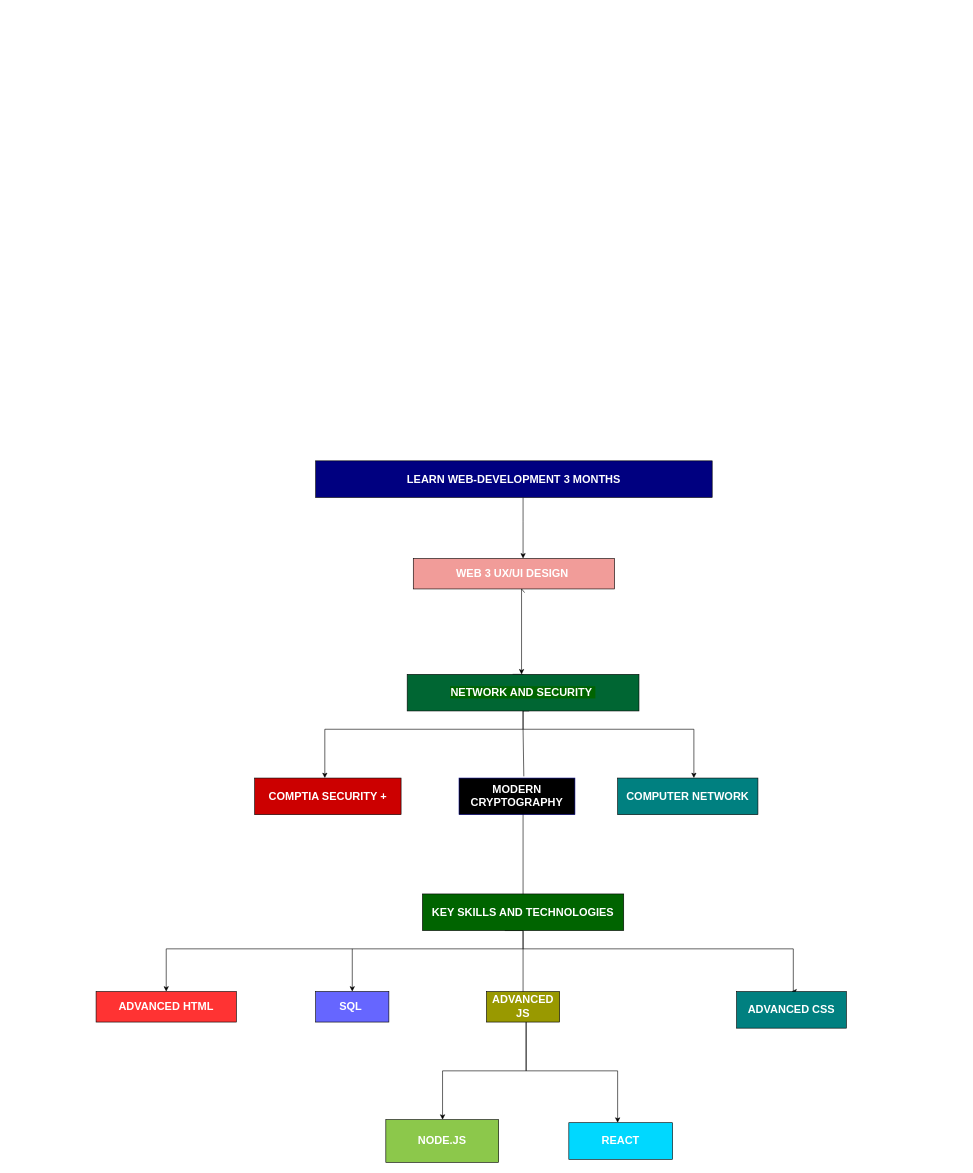
Above: Career_Road_2023.drawio in chapman91/Career-Portfolio (draw.io), before the change. Source tidied: cells renumbered, new cells numbered last; positions are measured from the earlier drawing's top-left corner, leaving out a move shared by most shapes. Both pictures are drawn from the tidied source at 61%, with x=0, y=0 at pixel (96, 461).
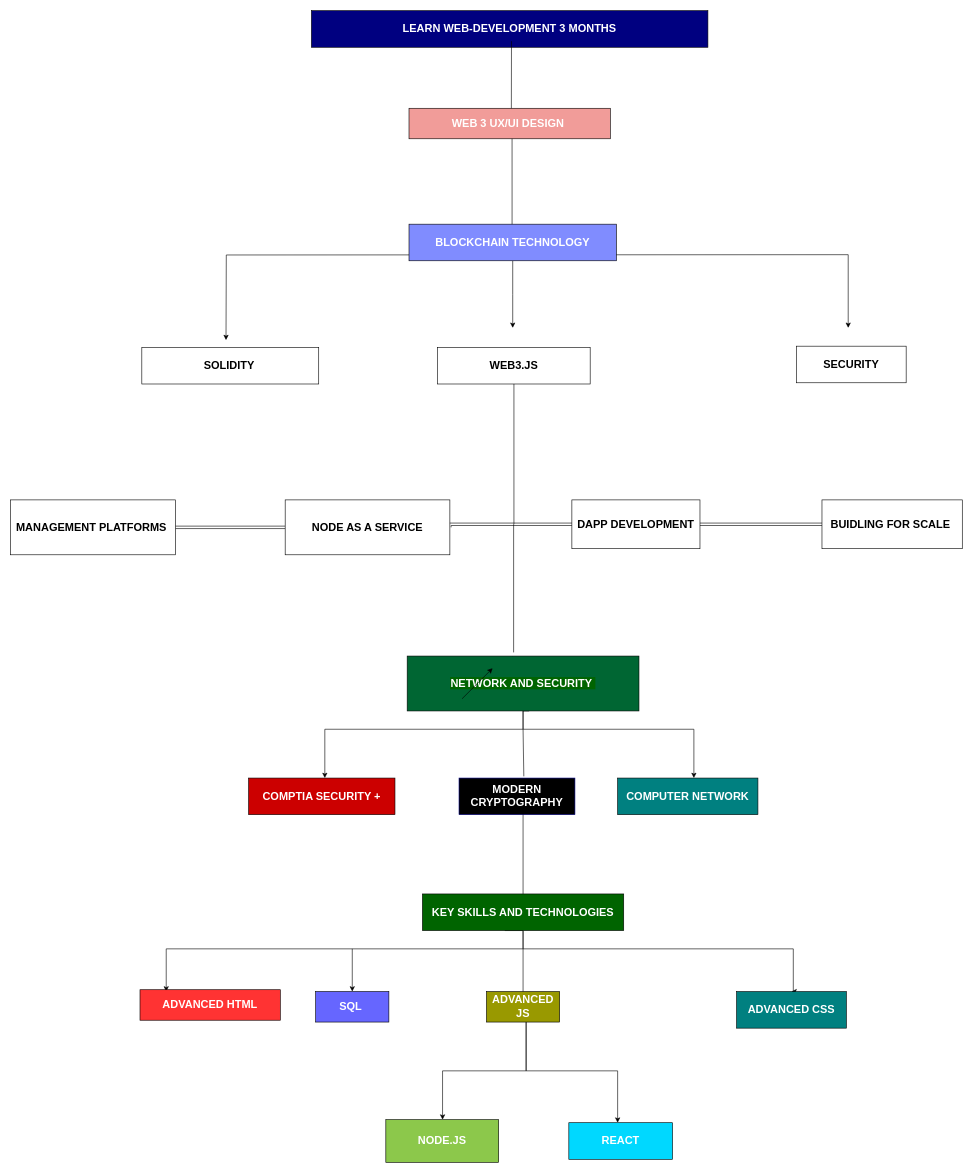
After the change.

Unchanged cells that the change refers to:
```xml
<mxCell id="6" value="&lt;h2&gt;&lt;b&gt;&lt;font color=&quot;#ffffff&quot;&gt;KEY SKILLS AND TECHNOLOGIES&lt;/font&gt;&lt;/b&gt;&lt;/h2&gt;" style="rounded=0;whiteSpace=wrap;html=1;fillColor=#006400;" parent="1" vertex="1">
  <mxGeometry x="535" y="710" width="330" height="60" as="geometry" />
</mxCell>
```

Change to the diagram source:
```diff
@@
-    <mxCell id="2" style="edgeStyle=orthogonalEdgeStyle;rounded=0;jettySize=auto;html=1;" parent="1" edge="1" source="3" target="20">
-      <mxGeometry relative="1" as="geometry">
-        <Array as="points">
-          <mxPoint x="700" y="100" />
-          <mxPoint x="700" y="100" />
-        </Array>
-      </mxGeometry>
-    </mxCell>
     <mxCell id="3" value="&lt;h2&gt;&lt;b&gt;&lt;font color=&quot;#ffffff&quot;&gt;LEARN WEB-DEVELOPMENT 3 MONTHS&lt;/font&gt;&lt;/b&gt;&lt;/h2&gt;" style="rounded=0;whiteSpace=wrap;html=1;fillColor=#000080;" parent="1" vertex="1">
-      <mxGeometry x="360" width="650" height="60" as="geometry" />
+      <mxGeometry x="353" y="-738" width="650" height="60" as="geometry" />
     </mxCell>
-    <mxCell id="4" style="edgeStyle=orthogonalEdgeStyle;rounded=0;jettySize=auto;html=1;exitX=0.5;exitY=1;exitDx=0;exitDy=0;entryX=0.5;entryY=0;entryDx=0;entryDy=0;" parent="1" edge="1" source="6" target="7">
+    <mxCell id="4" style="edgeStyle=orthogonalEdgeStyle;rounded=0;jettySize=auto;html=1;exitX=0.5;exitY=1;exitDx=0;exitDy=0;entryX=0.5;entryY=0;entryDx=0;entryDy=0;" parent="1" edge="1" source="6">
       <mxGeometry relative="1" as="geometry">
+        <mxPoint x="115" y="870" as="targetPoint" />
         <Array as="points">
           <mxPoint x="700" y="800" />
           <mxPoint x="115" y="800" />
         </Array>
       </mxGeometry>
     </mxCell>
@@
     <mxCell id="7" value="&lt;h2&gt;&lt;font color=&quot;#ffffff&quot;&gt;ADVANCED HTML&lt;/font&gt;&lt;/h2&gt;" style="whiteSpace=wrap;html=1;rounded=0;fillColor=#FF3333;" parent="1" vertex="1">
-      <mxGeometry y="870" width="230" height="50" as="geometry" />
+      <mxGeometry x="72" y="867" width="230" height="50" as="geometry" />
     </mxCell>
@@
     <mxCell id="16" value="&lt;h2&gt;&lt;b style=&quot;background-color: rgb(0, 100, 0);&quot;&gt;&lt;font color=&quot;#ffffff&quot;&gt;NETWORK AND SECURITY&amp;nbsp;&lt;/font&gt;&lt;/b&gt;&lt;/h2&gt;" style="whiteSpace=wrap;html=1;rounded=0;fillColor=#006633;" parent="1" vertex="1">
-      <mxGeometry x="510" y="350" width="380" height="60" as="geometry" />
+      <mxGeometry x="510" y="320" width="380" height="90" as="geometry" />
     </mxCell>
     <mxCell id="17" value="&lt;h2&gt;&lt;b&gt;&lt;font color=&quot;#ffffff&quot;&gt;COMPTIA SECURITY +&lt;/font&gt;&lt;/b&gt;&lt;/h2&gt;" style="whiteSpace=wrap;html=1;rounded=0;fillColor=#CC0000;" parent="1" vertex="1">
-      <mxGeometry x="260" y="520" width="240" height="60" as="geometry" />
+      <mxGeometry x="250" y="520" width="240" height="60" as="geometry" />
     </mxCell>
@@
     <mxCell id="20" value="&lt;h2&gt;&lt;b&gt;&lt;font color=&quot;#ffffff&quot;&gt;WEB 3 UX/UI DESIGN&amp;nbsp;&lt;/font&gt;&lt;/b&gt;&lt;/h2&gt;" style="rounded=0;whiteSpace=wrap;html=1;fillColor=#F19C99;" parent="1" vertex="1">
-      <mxGeometry x="520" y="160" width="330" height="50" as="geometry" />
+      <mxGeometry x="513" y="-578" width="330" height="50" as="geometry" />
     </mxCell>
@@
-    <mxCell id="23" style="endArrow=classic;html=1;rounded=0;exitX=0.5;exitY=1;exitDx=0;exitDy=0;" parent="1" edge="1">
-      <mxGeometry relative="1" as="geometry">
-        <mxPoint x="702.5" y="216" as="sourcePoint" />
-        <mxPoint x="697.5" y="350" as="targetPoint" />
-        <Array as="points">
-          <mxPoint x="697.5" y="210" />
-        </Array>
-      </mxGeometry>
-    </mxCell>
@@
+    <mxCell id="27" style="edgeStyle=orthogonalEdgeStyle;rounded=0;orthogonalLoop=1;jettySize=auto;html=1;" parent="1" edge="1">
+      <mxGeometry relative="1" as="geometry">
+        <mxPoint x="1233" y="-338" as="sourcePoint" />
+        <mxPoint x="213" y="-198" as="targetPoint" />
+      </mxGeometry>
+    </mxCell>
+    <mxCell id="28" style="edgeStyle=orthogonalEdgeStyle;rounded=0;jettySize=auto;html=1;exitX=0.5;exitY=1;exitDx=0;exitDy=0;" parent="1" edge="1" source="29">
+      <mxGeometry relative="1" as="geometry">
+        <mxPoint x="683" y="-218" as="targetPoint" />
+      </mxGeometry>
+    </mxCell>
+    <mxCell id="29" value="&lt;font color=&quot;#ffffff&quot; style=&quot;font-size: 18px;&quot;&gt;&lt;b&gt;BLOCKCHAIN TECHNOLOGY&lt;/b&gt;&lt;/font&gt;" style="rounded=0;whiteSpace=wrap;html=1;fillColor=#808CFF;" parent="1" vertex="1">
+      <mxGeometry x="513" y="-388" width="340" height="60" as="geometry" />
+    </mxCell>
+    <mxCell id="30" value="&lt;font style=&quot;font-size: 18px;&quot;&gt;&lt;b&gt;SOLIDITY&lt;/b&gt;&lt;/font&gt;&amp;nbsp;" style="rounded=0;whiteSpace=wrap;html=1;" parent="1" vertex="1">
+      <mxGeometry x="75" y="-186" width="290" height="60" as="geometry" />
+    </mxCell>
+    <mxCell id="31" value="&lt;font style=&quot;font-size: 18px;&quot;&gt;&lt;b&gt;WEB3.JS&lt;/b&gt;&lt;/font&gt;" style="rounded=0;whiteSpace=wrap;html=1;" parent="1" vertex="1">
+      <mxGeometry x="560" y="-186" width="250" height="60" as="geometry" />
+    </mxCell>
+    <mxCell id="32" value="&lt;b&gt;&lt;font style=&quot;font-size: 18px;&quot;&gt;DAPP DEVELOPMENT&lt;/font&gt;&lt;/b&gt;" style="rounded=0;whiteSpace=wrap;html=1;" parent="1" vertex="1">
+      <mxGeometry x="780" y="64" width="210" height="80" as="geometry" />
+    </mxCell>
+    <mxCell id="33" value="&lt;font style=&quot;font-size: 18px;&quot;&gt;&lt;b&gt;SECURITY&lt;/b&gt;&lt;/font&gt;" style="rounded=0;whiteSpace=wrap;html=1;" parent="1" vertex="1">
+      <mxGeometry x="1148" y="-188" width="180" height="60" as="geometry" />
+    </mxCell>
+    <mxCell id="34" style="edgeStyle=orthogonalEdgeStyle;rounded=0;jettySize=auto;html=1;exitX=1;exitY=0.5;exitDx=0;exitDy=0;shape=link;entryX=0;entryY=0.5;entryDx=0;entryDy=0;" parent="1" edge="1" source="35" target="37">
+      <mxGeometry relative="1" as="geometry" />
+    </mxCell>
+    <mxCell id="35" value="&lt;b&gt;&lt;font style=&quot;font-size: 18px;&quot;&gt;MANAGEMENT PLATFORMS&amp;nbsp;&lt;/font&gt;&lt;/b&gt;" style="rounded=0;whiteSpace=wrap;html=1;" parent="1" vertex="1">
+      <mxGeometry x="-140" y="64" width="270" height="90" as="geometry" />
+    </mxCell>
+    <mxCell id="36" style="edgeStyle=orthogonalEdgeStyle;rounded=0;jettySize=auto;html=1;exitX=1;exitY=0.5;exitDx=0;exitDy=0;shape=link;entryX=0;entryY=0.5;entryDx=0;entryDy=0;" parent="1" edge="1" source="37" target="32">
+      <mxGeometry relative="1" as="geometry">
+        <Array as="points">
+          <mxPoint x="580" y="104" />
+        </Array>
+      </mxGeometry>
+    </mxCell>
+    <mxCell id="37" value="&lt;b&gt;&lt;font style=&quot;font-size: 18px;&quot;&gt;NODE AS A SERVICE&lt;/font&gt;&lt;/b&gt;" style="rounded=0;whiteSpace=wrap;html=1;" parent="1" vertex="1">
+      <mxGeometry x="310" y="64" width="270" height="90" as="geometry" />
+    </mxCell>
+    <mxCell id="38" value="&lt;b&gt;&lt;font style=&quot;font-size: 18px;&quot;&gt;BUIDLING FOR SCALE&amp;nbsp;&lt;/font&gt;&lt;/b&gt;" style="rounded=0;whiteSpace=wrap;html=1;" parent="1" vertex="1">
+      <mxGeometry x="1190" y="64" width="230" height="80" as="geometry" />
+    </mxCell>
+    <mxCell id="39" style="endArrow=classic;html=1;rounded=0;entryX=0;entryY=0.5;entryDx=0;entryDy=0;shape=link;exitX=1;exitY=0.5;exitDx=0;exitDy=0;" parent="1" edge="1" source="32" target="38">
+      <mxGeometry relative="1" as="geometry" />
+    </mxCell>
+    <mxCell id="40" style="endArrow=classic;html=1;rounded=0;" parent="1" edge="1">
+      <mxGeometry relative="1" as="geometry">
+        <mxPoint x="600" y="390" as="sourcePoint" />
+        <mxPoint x="650" y="340" as="targetPoint" />
+      </mxGeometry>
+    </mxCell>
+    <mxCell id="41" style="endArrow=classic;html=1;rounded=0;" parent="1" edge="1">
+      <mxGeometry relative="1" as="geometry">
+        <mxPoint x="1233" y="-338" as="sourcePoint" />
+        <mxPoint x="1233" y="-218" as="targetPoint" />
+      </mxGeometry>
+    </mxCell>
+    <mxCell id="42" style="endArrow=none;html=1;rounded=0;exitX=0.5;exitY=1;exitDx=0;exitDy=0;" parent="1" edge="1" source="31">
+      <mxGeometry relative="1" as="geometry">
+        <mxPoint x="685" y="104" as="targetPoint" />
+      </mxGeometry>
+    </mxCell>
+    <mxCell id="43" style="endArrow=none;html=1;rounded=0;" parent="1" edge="1">
+      <mxGeometry relative="1" as="geometry">
+        <mxPoint x="684.5" y="314" as="sourcePoint" />
+        <mxPoint x="684.5" y="104" as="targetPoint" />
+      </mxGeometry>
+    </mxCell>
+    <mxCell id="44" style="endArrow=none;html=1;rounded=0;exitX=0.512;exitY=1;exitDx=0;exitDy=0;exitPerimeter=0;entryX=0.497;entryY=0;entryDx=0;entryDy=0;entryPerimeter=0;" parent="1" edge="1" source="20" target="29">
+      <mxGeometry relative="1" as="geometry" />
+    </mxCell>
+    <mxCell id="45" style="endArrow=none;html=1;rounded=0;entryX=0.5;entryY=0;entryDx=0;entryDy=0;" parent="1" edge="1">
+      <mxGeometry relative="1" as="geometry">
+        <mxPoint x="681" y="-688" as="sourcePoint" />
+        <mxPoint x="680.8" y="-578" as="targetPoint" />
+      </mxGeometry>
+    </mxCell>
```
